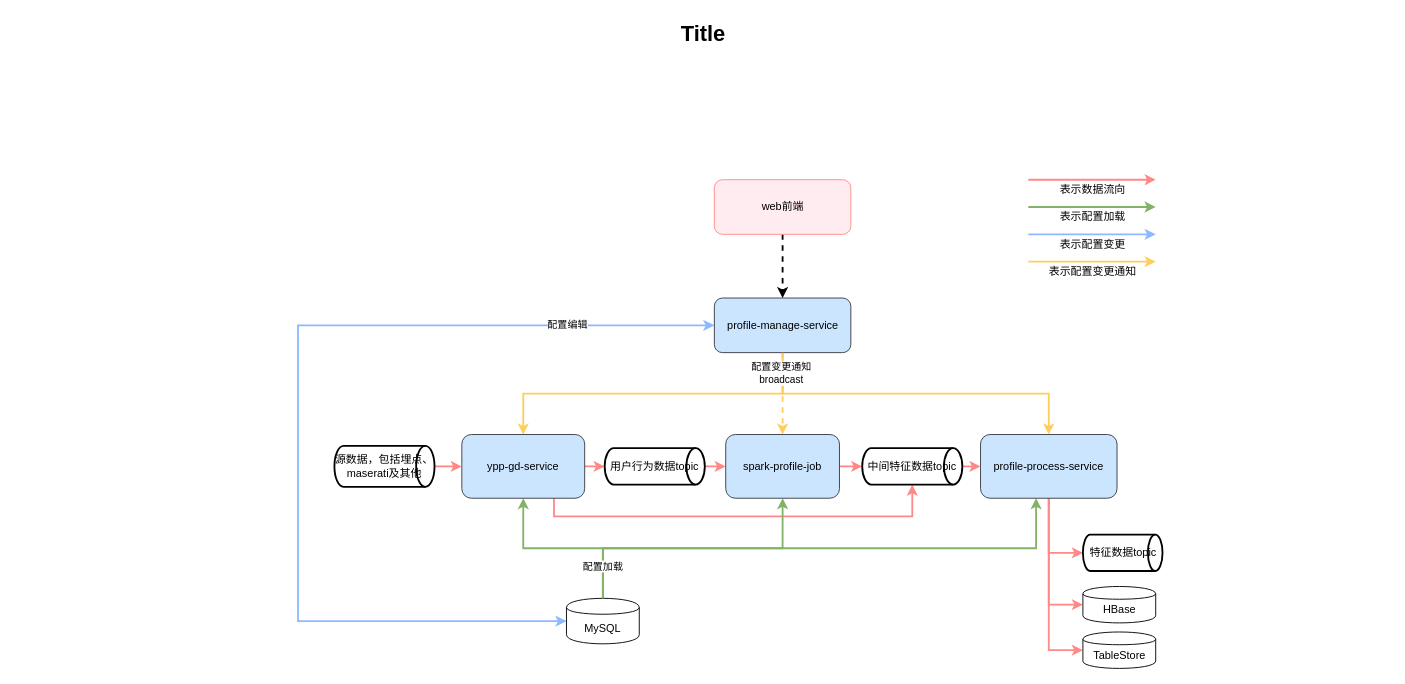
qingchao-kong/draw.io keeps this draw.io diagram as 运行架构图.drawio. Above is the earlier version. Source tidied: cells renumbered, new cells numbered last; positions are measured from the earlier drawing's top-left corner, leaving out a move shared by most shapes. Both pictures are drawn from the tidied source at 91%, with x=0, y=0 at pixel (15, 15).
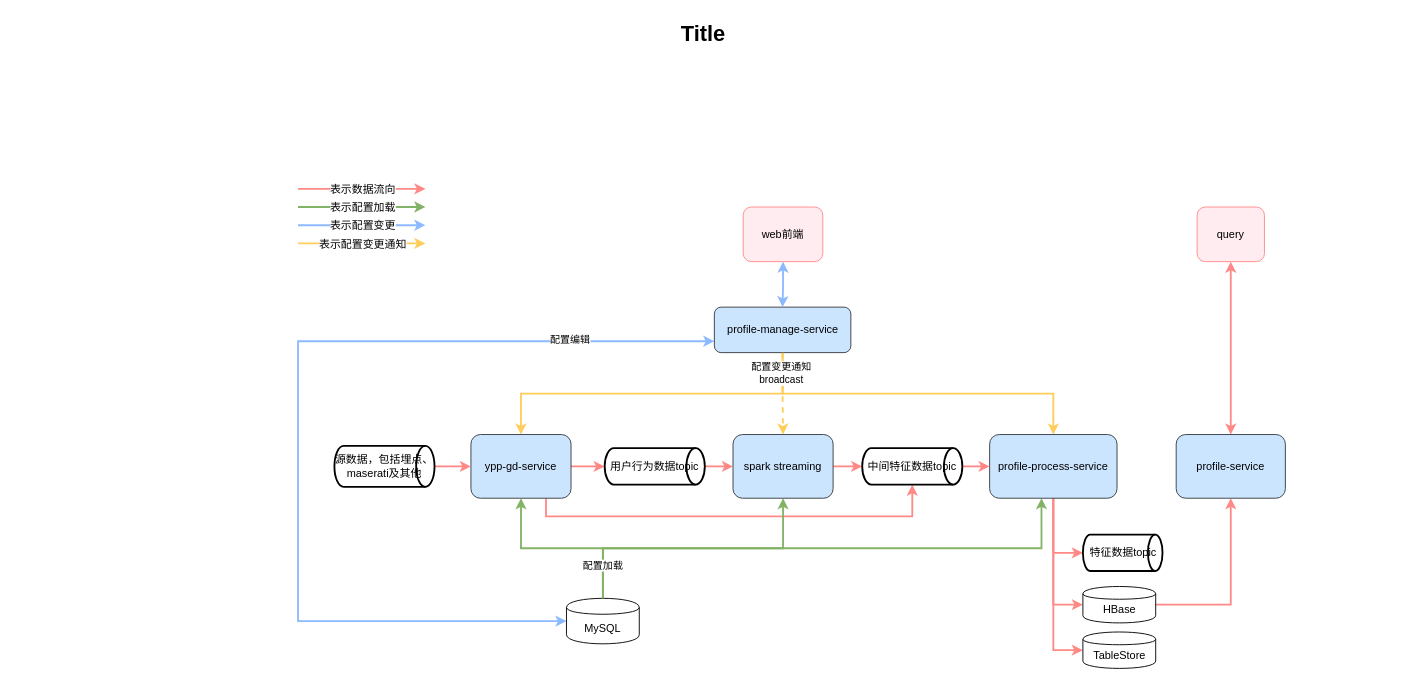
The same page after the edit.

Commit message:
Update 运行架构图.drawio

The change refers to these unchanged cells:
```xml
<mxCell id="16" value="MySQL" style="shape=cylinder;whiteSpace=wrap;html=1;boundedLbl=1;backgroundOutline=1;" parent="1" vertex="1">
  <mxGeometry x="605" y="640" width="80" height="50" as="geometry" />
</mxCell>
<mxCell id="17" value="HBase" style="shape=cylinder;whiteSpace=wrap;html=1;boundedLbl=1;backgroundOutline=1;" parent="1" vertex="1">
  <mxGeometry x="1172.5" y="627" width="80" height="40" as="geometry" />
</mxCell>
```

Diff of the diagram source:
```diff
@@
-    <mxCell id="5" style="edgeStyle=orthogonalEdgeStyle;rounded=0;jettySize=auto;html=1;exitX=0;exitY=0.5;exitDx=0;exitDy=0;entryX=0;entryY=0.5;entryDx=0;entryDy=0;fillColor=#8db9ff;strokeColor=#8db9ff;strokeWidth=2;startArrow=classic;startFill=1;" parent="1" edge="1" source="7" target="16">
+    <mxCell id="5" style="edgeStyle=orthogonalEdgeStyle;rounded=0;jettySize=auto;html=1;exitX=0;exitY=0.75;exitDx=0;exitDy=0;entryX=0;entryY=0.5;entryDx=0;entryDy=0;fillColor=#8db9ff;strokeColor=#8db9ff;strokeWidth=2;startArrow=classic;startFill=1;" parent="1" edge="1" source="7" target="16">
       <mxGeometry relative="1" as="geometry">
         <Array as="points">
-          <mxPoint x="310" y="340" />
+          <mxPoint x="310" y="358" />
           <mxPoint x="310" y="665" />
         </Array>
       </mxGeometry>
     </mxCell>
@@
     <mxCell id="7" value="profile-manage-service" style="rounded=1;whiteSpace=wrap;html=1;fillColor=#cce5ff;strokeColor=#36393d;" parent="1" vertex="1">
-      <mxGeometry x="767.5" y="310" width="150" height="60" as="geometry" />
+      <mxGeometry x="767.5" y="320" width="150" height="50" as="geometry" />
     </mxCell>
@@
     <mxCell id="13" value="ypp-gd-service" style="rounded=1;whiteSpace=wrap;html=1;fillColor=#cce5ff;strokeColor=#36393d;" parent="1" vertex="1">
-      <mxGeometry x="490" y="460" width="135" height="70" as="geometry" />
+      <mxGeometry x="500" y="460" width="110" height="70" as="geometry" />
     </mxCell>
@@
+    <mxCell id="43" style="edgeStyle=orthogonalEdgeStyle;rounded=0;jettySize=auto;html=1;exitX=1;exitY=0.5;exitDx=0;exitDy=0;entryX=0.5;entryY=1;entryDx=0;entryDy=0;strokeWidth=2;strokeColor=#FF8987;" parent="1" edge="1" source="17" target="45">
+      <mxGeometry relative="1" as="geometry" />
+    </mxCell>
@@
-    <mxCell id="20" style="edgeStyle=orthogonalEdgeStyle;rounded=0;jettySize=auto;html=1;exitX=0.5;exitY=1;exitDx=0;exitDy=0;entryX=0.5;entryY=0;entryDx=0;entryDy=0;dashed=1;strokeWidth=2;" parent="1" edge="1" source="21" target="7">
+    <mxCell id="20" style="edgeStyle=orthogonalEdgeStyle;rounded=0;jettySize=auto;html=1;exitX=0.5;exitY=1;exitDx=0;exitDy=0;entryX=0.5;entryY=0;entryDx=0;entryDy=0;strokeWidth=2;startArrow=classic;startFill=1;strokeColor=#8DB9FF;" parent="1" edge="1" source="21" target="7">
       <mxGeometry relative="1" as="geometry" />
     </mxCell>
     <mxCell id="21" value="web前端" style="rounded=1;whiteSpace=wrap;html=1;fillColor=#ffecf1;strokeColor=#ff8987;" parent="1" vertex="1">
-      <mxGeometry x="767.5" y="180" width="150" height="60" as="geometry" />
+      <mxGeometry x="799.2" y="210" width="87.5" height="60" as="geometry" />
     </mxCell>
@@
-    <mxCell id="24" value="spark-profile-job" style="rounded=1;whiteSpace=wrap;html=1;fillColor=#cce5ff;strokeColor=#36393d;" parent="1" vertex="1">
-      <mxGeometry x="780" y="460" width="125" height="70" as="geometry" />
+    <mxCell id="24" value="spark streaming" style="rounded=1;whiteSpace=wrap;html=1;fillColor=#cce5ff;strokeColor=#36393d;" parent="1" vertex="1">
+      <mxGeometry x="788" y="460" width="110" height="70" as="geometry" />
     </mxCell>
@@
     <mxCell id="28" value="profile-process-service" style="rounded=1;whiteSpace=wrap;html=1;fillColor=#cce5ff;strokeColor=#36393d;" parent="1" vertex="1">
-      <mxGeometry x="1060" y="460" width="150" height="70" as="geometry" />
+      <mxGeometry x="1070" y="460" width="140" height="70" as="geometry" />
     </mxCell>
@@
     <mxCell id="30" style="endArrow=classic;html=1;fillColor=#ff8987;strokeColor=#ff8987;strokeWidth=2;" parent="1" edge="1">
       <mxGeometry relative="1" as="geometry">
-        <mxPoint x="1112.5" y="180" as="sourcePoint" />
-        <mxPoint x="1252.5" y="180" as="targetPoint" />
+        <mxPoint x="310" y="190" as="sourcePoint" />
+        <mxPoint x="450" y="190" as="targetPoint" />
       </mxGeometry>
     </mxCell>
     <mxCell id="31" value="表示数据流向" style="text;html=1;align=center;verticalAlign=middle;labelBackgroundColor=#ffffff;childText;" parent="30" vertex="1">
       <mxGeometry x="0.07" y="-1" relative="1" as="geometry">
-        <mxPoint x="-5" y="9" as="offset" />
+        <mxPoint x="-5" y="-1" as="offset" />
       </mxGeometry>
     </mxCell>
@@
     <mxCell id="33" style="endArrow=classic;html=1;fillColor=#d5e8d4;strokeColor=#82b366;strokeWidth=2;" parent="1" edge="1">
       <mxGeometry relative="1" as="geometry">
-        <mxPoint x="1112.5" y="210" as="sourcePoint" />
-        <mxPoint x="1252.5" y="210" as="targetPoint" />
+        <mxPoint x="310" y="210" as="sourcePoint" />
+        <mxPoint x="450" y="210" as="targetPoint" />
       </mxGeometry>
     </mxCell>
     <mxCell id="34" value="表示配置加载" style="text;html=1;align=center;verticalAlign=middle;labelBackgroundColor=#ffffff;childText;" parent="33" vertex="1">
       <mxGeometry x="0.07" y="-1" relative="1" as="geometry">
-        <mxPoint x="-5" y="9" as="offset" />
+        <mxPoint x="-5" y="-1" as="offset" />
       </mxGeometry>
     </mxCell>
     <mxCell id="35" style="endArrow=classic;html=1;fillColor=#8db9ff;strokeColor=#8db9ff;strokeWidth=2;" parent="1" edge="1">
       <mxGeometry relative="1" as="geometry">
-        <mxPoint x="1112.5" y="240" as="sourcePoint" />
-        <mxPoint x="1252.5" y="240" as="targetPoint" />
+        <mxPoint x="310" y="230" as="sourcePoint" />
+        <mxPoint x="450" y="230" as="targetPoint" />
       </mxGeometry>
     </mxCell>
     <mxCell id="36" value="表示配置变更" style="text;html=1;align=center;verticalAlign=middle;labelBackgroundColor=#ffffff;childText;" parent="35" vertex="1">
       <mxGeometry x="0.07" y="-1" relative="1" as="geometry">
-        <mxPoint x="-5" y="9" as="offset" />
+        <mxPoint x="-5" y="-1" as="offset" />
       </mxGeometry>
     </mxCell>
     <mxCell id="37" style="endArrow=classic;html=1;fillColor=#ffcd5a;strokeColor=#ffcd5a;strokeWidth=2;" parent="1" edge="1">
       <mxGeometry relative="1" as="geometry">
-        <mxPoint x="1112.5" y="270" as="sourcePoint" />
-        <mxPoint x="1252.5" y="270" as="targetPoint" />
+        <mxPoint x="310" y="250" as="sourcePoint" />
+        <mxPoint x="450" y="250" as="targetPoint" />
       </mxGeometry>
     </mxCell>
     <mxCell id="38" value="表示配置变更通知" style="text;html=1;align=center;verticalAlign=middle;labelBackgroundColor=#ffffff;childText;" parent="37" vertex="1">
       <mxGeometry x="0.07" y="-1" relative="1" as="geometry">
-        <mxPoint x="-5" y="9" as="offset" />
+        <mxPoint x="-5" y="-1" as="offset" />
       </mxGeometry>
     </mxCell>
@@
+    <mxCell id="44" style="edgeStyle=orthogonalEdgeStyle;rounded=0;jettySize=auto;html=1;exitX=0.5;exitY=0;exitDx=0;exitDy=0;entryX=0.5;entryY=1;entryDx=0;entryDy=0;startArrow=classic;startFill=1;fillColor=#f8cecc;strokeColor=#FF8987;strokeWidth=2;" parent="1" edge="1" source="45" target="46">
+      <mxGeometry relative="1" as="geometry" />
+    </mxCell>
+    <mxCell id="45" value="profile-service" style="rounded=1;whiteSpace=wrap;html=1;fillColor=#cce5ff;strokeColor=#36393d;" parent="1" vertex="1">
+      <mxGeometry x="1275" y="460" width="120" height="70" as="geometry" />
+    </mxCell>
+    <mxCell id="46" value="query" style="rounded=1;whiteSpace=wrap;html=1;fillColor=#ffecf1;strokeColor=#ff8987;" parent="1" vertex="1">
+      <mxGeometry x="1298" y="210" width="74" height="60" as="geometry" />
+    </mxCell>
```
